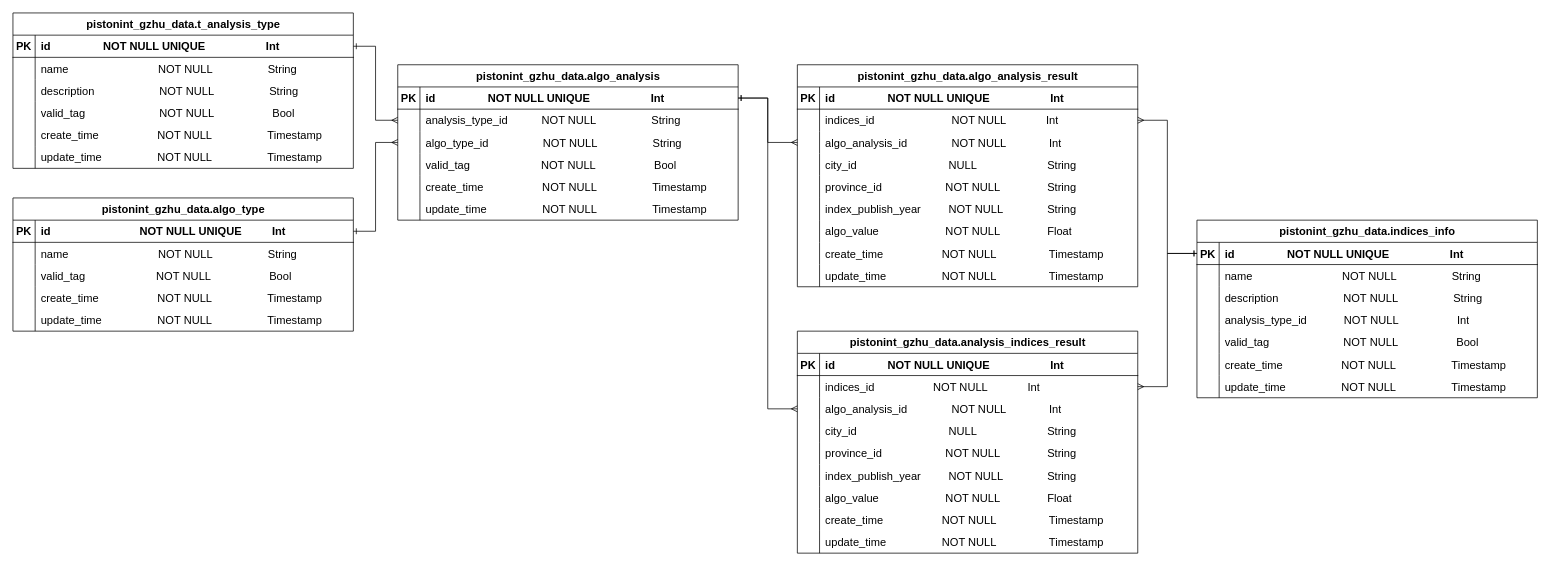
This is page "指数可视化模型" (8 of 10) of 广大数据平台逻辑图.drawio from wangzijia122/drawio_repository, a draw.io file, before an edit. Source tidied: cells renumbered, new cells numbered last; positions are measured from the earlier drawing's top-left corner, leaving out a move shared by most shapes. Both pictures are drawn from the tidied source at 74%, with x=0, y=0 at pixel (13, 13).
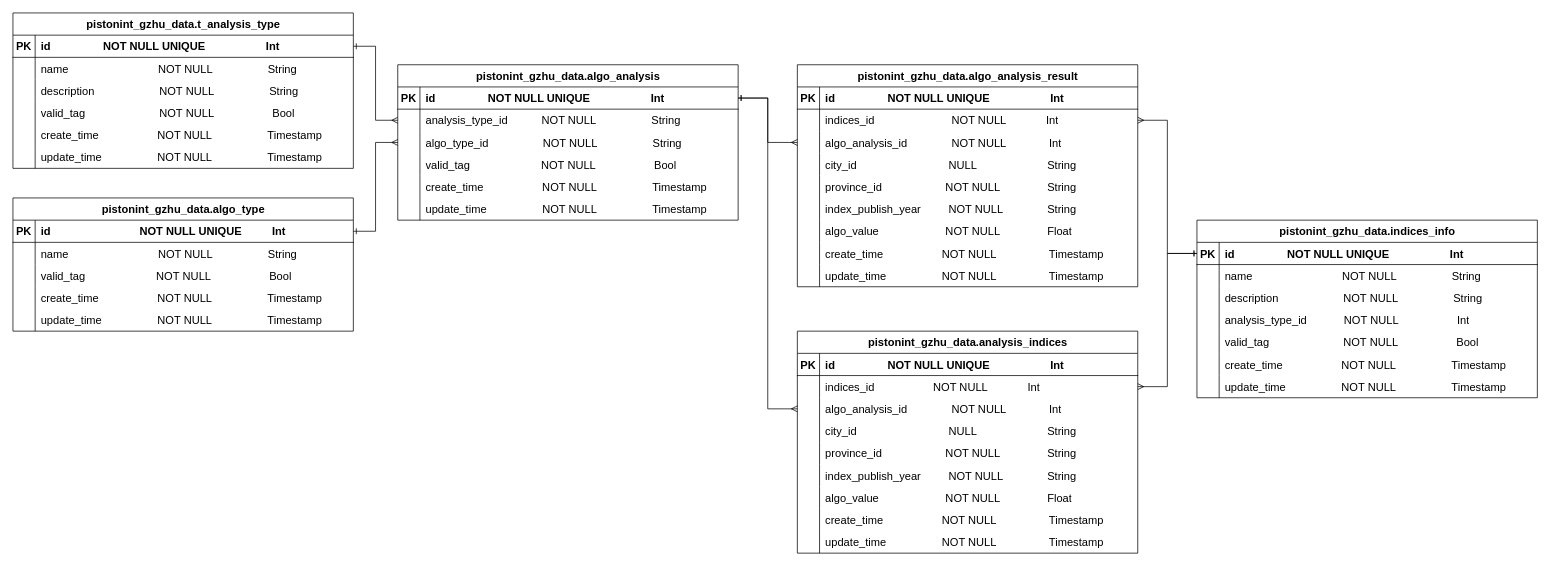
The same page after the edit.

Commit message:
更新广大数据平台逻辑图.drawio

Change to the diagram source:
```diff
@@
-    <mxCell id="109" value="pistonint_gzhu_data.analysis_indices_result" style="shape=table;startSize=30;childLayout=tableLayout;rowLines=0;fontStyle=1;align=center;html=1;fontSize=15;" parent="1" vertex="1">
+    <mxCell id="109" value="pistonint_gzhu_data.analysis_indices" style="shape=table;startSize=30;childLayout=tableLayout;rowLines=0;fontStyle=1;align=center;html=1;fontSize=15;" parent="1" vertex="1">
       <mxGeometry x="1060" y="430" width="460" height="300" as="geometry" />
     </mxCell>
```
